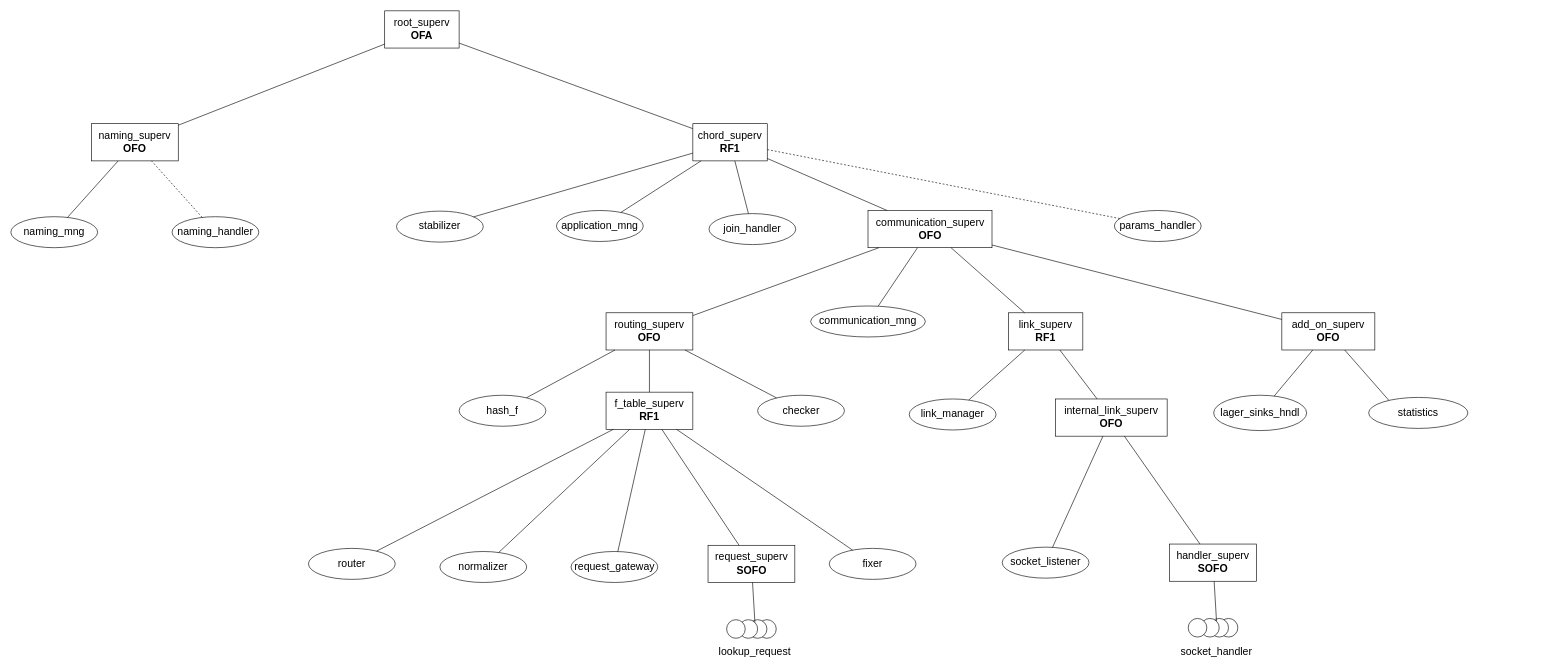
Before: Useful files/supervisor_tree.drawio in Robyroc/Echo_rd, a draw.io diagram. Source tidied: cells renumbered, new cells numbered last; positions are measured from the earlier drawing's top-left corner, leaving out a move shared by most shapes. Both pictures are drawn from the tidied source at 62%, with x=0, y=0 at pixel (11, 11).
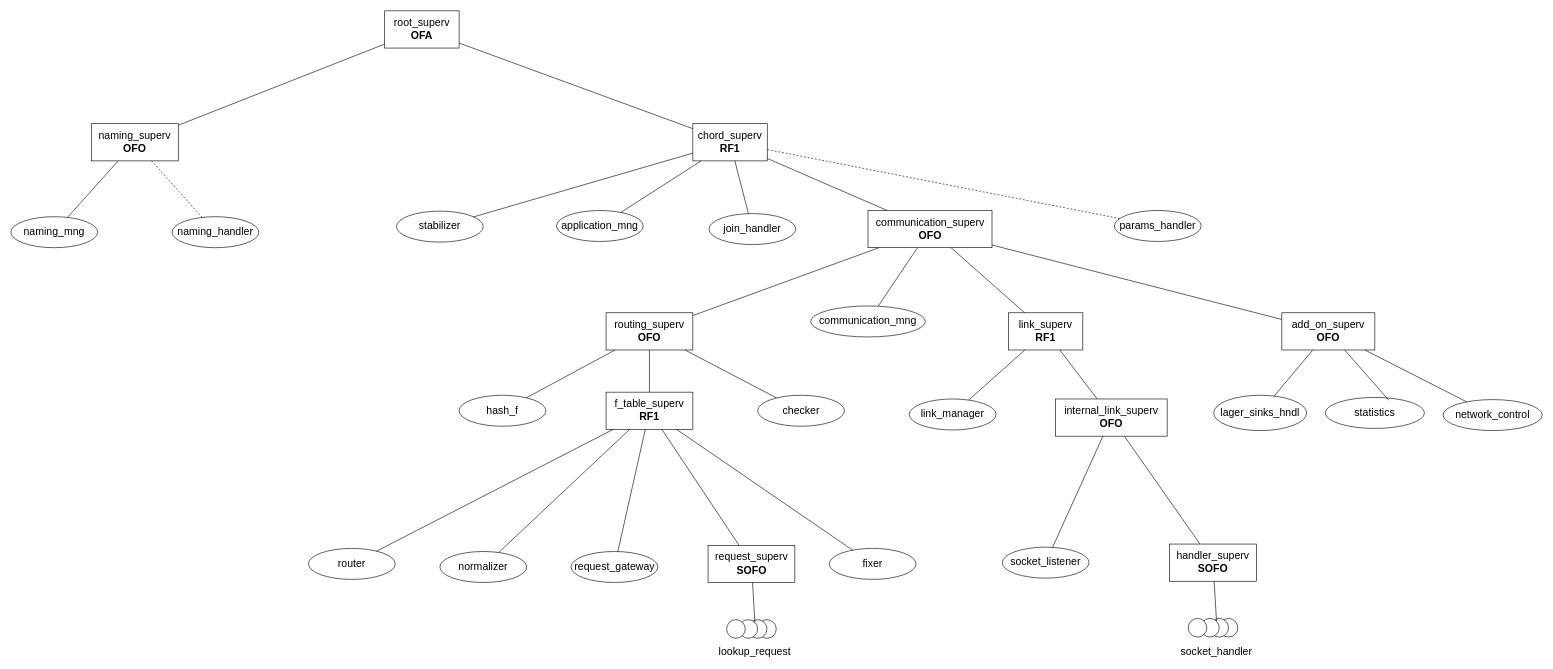
The same diagram, later.

Unchanged cells that the change refers to:
```xml
<mxCell id="61" value="add_on_superv&lt;br&gt;&lt;b&gt;OFO&lt;/b&gt;" style="rounded=0;whiteSpace=wrap;html=1;fontSize=17;" parent="1" vertex="1">
  <mxGeometry x="2050" y="487" width="150" height="60" as="geometry" />
</mxCell>
```

The edit, as a diff of the source:
```diff
@@
     <mxCell id="64" value="statistics" style="ellipse;whiteSpace=wrap;html=1;fontSize=17;" parent="1" vertex="1">
-      <mxGeometry x="2190" y="623.5" width="160" height="50" as="geometry" />
+      <mxGeometry x="2120" y="623.5" width="160" height="50" as="geometry" />
     </mxCell>
@@
+    <mxCell id="69" value="network_control" style="ellipse;whiteSpace=wrap;html=1;fontSize=17;" parent="1" vertex="1">
+      <mxGeometry x="2310" y="627" width="160" height="50" as="geometry" />
+    </mxCell>
+    <mxCell id="70" style="endArrow=none;html=1;fontSize=17;" parent="1" edge="1" source="69" target="61">
+      <mxGeometry relative="1" as="geometry" />
+    </mxCell>
```
